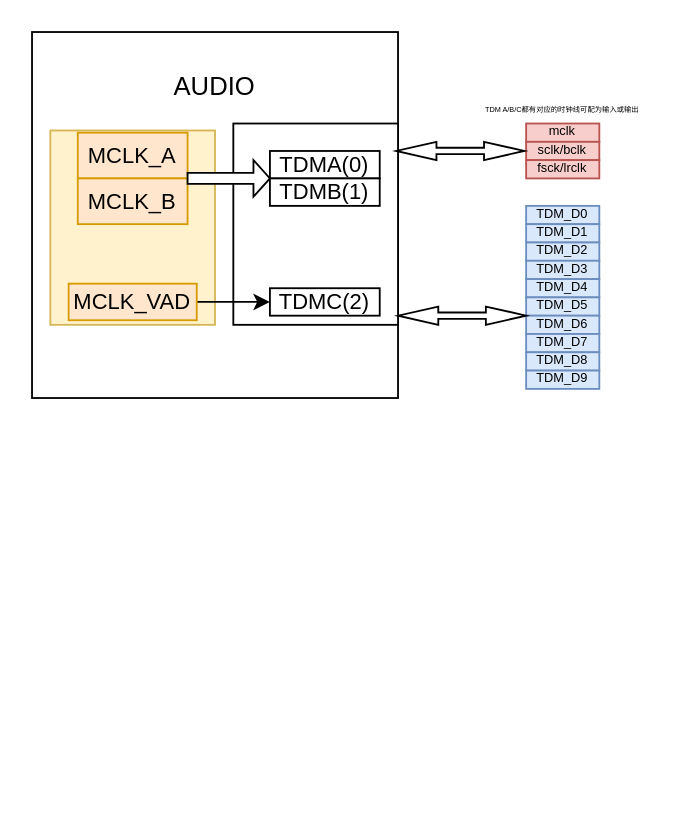
The draw.io diagram A5-A113X2-SOC框图.drawio in RespateG/draw.io, before the edit. Source tidied: cells renumbered, new cells numbered last; positions are measured from the earlier drawing's top-left corner, leaving out a move shared by most shapes. Both pictures are drawn from the tidied source at 183%, with x=0, y=0 at pixel (31, 31).
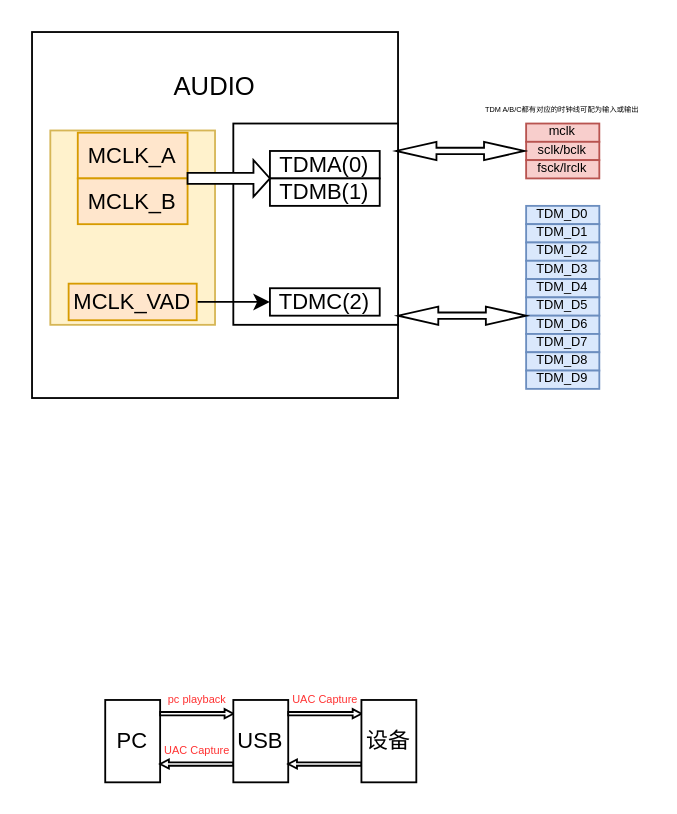
After the change.

The edit, as a diff of the source:
```diff
@@
+    <mxCell id="30" value="PC" style="rounded=0;whiteSpace=wrap;html=1;" parent="1" vertex="1">
+      <mxGeometry x="40" y="365" width="30" height="45" as="geometry" />
+    </mxCell>
+    <mxCell id="31" style="shape=singleArrow;whiteSpace=wrap;html=1;arrowWidth=0.3777737087673813;arrowSize=0.11944435967339473;" parent="1" vertex="1">
+      <mxGeometry x="70" y="370" width="40" height="5" as="geometry" />
+    </mxCell>
+    <mxCell id="32" style="shape=singleArrow;whiteSpace=wrap;html=1;arrowWidth=0.3777737087673813;arrowSize=0.11944435967339473;rotation=-180;" parent="1" vertex="1">
+      <mxGeometry x="70" y="397.5" width="40" height="5" as="geometry" />
+    </mxCell>
+    <mxCell id="33" value="USB" style="rounded=0;whiteSpace=wrap;html=1;" parent="1" vertex="1">
+      <mxGeometry x="110" y="365" width="30" height="45" as="geometry" />
+    </mxCell>
+    <mxCell id="34" style="shape=singleArrow;whiteSpace=wrap;html=1;arrowWidth=0.3777737087673813;arrowSize=0.11944435967339473;rotation=-180;" parent="1" vertex="1">
+      <mxGeometry x="140" y="397.5" width="40" height="5" as="geometry" />
+    </mxCell>
+    <mxCell id="35" style="shape=singleArrow;whiteSpace=wrap;html=1;arrowWidth=0.3777737087673813;arrowSize=0.11944435967339473;" parent="1" vertex="1">
+      <mxGeometry x="140" y="370" width="40" height="5" as="geometry" />
+    </mxCell>
+    <mxCell id="36" value="设备" style="rounded=0;whiteSpace=wrap;html=1;" parent="1" vertex="1">
+      <mxGeometry x="180" y="365" width="30" height="45" as="geometry" />
+    </mxCell>
+    <mxCell id="37" value="pc playback" style="text;html=1;align=center;verticalAlign=middle;strokeColor=none;fillColor=none;fontSize=6;fontColor=#FF3333;" parent="1" vertex="1">
+      <mxGeometry x="60" y="355" width="60" height="20" as="geometry" />
+    </mxCell>
+    <mxCell id="38" value="UAC Capture" style="text;html=1;align=center;verticalAlign=middle;strokeColor=none;fillColor=none;fontSize=6;fontColor=#FF3333;" parent="1" vertex="1">
+      <mxGeometry x="130" y="355" width="60" height="20" as="geometry" />
+    </mxCell>
+    <mxCell id="39" value="UAC Capture" style="text;html=1;align=center;verticalAlign=middle;strokeColor=none;fillColor=none;fontSize=6;fontColor=#FF3333;" parent="1" vertex="1">
+      <mxGeometry x="60" y="382.5" width="60" height="20" as="geometry" />
+    </mxCell>
```
